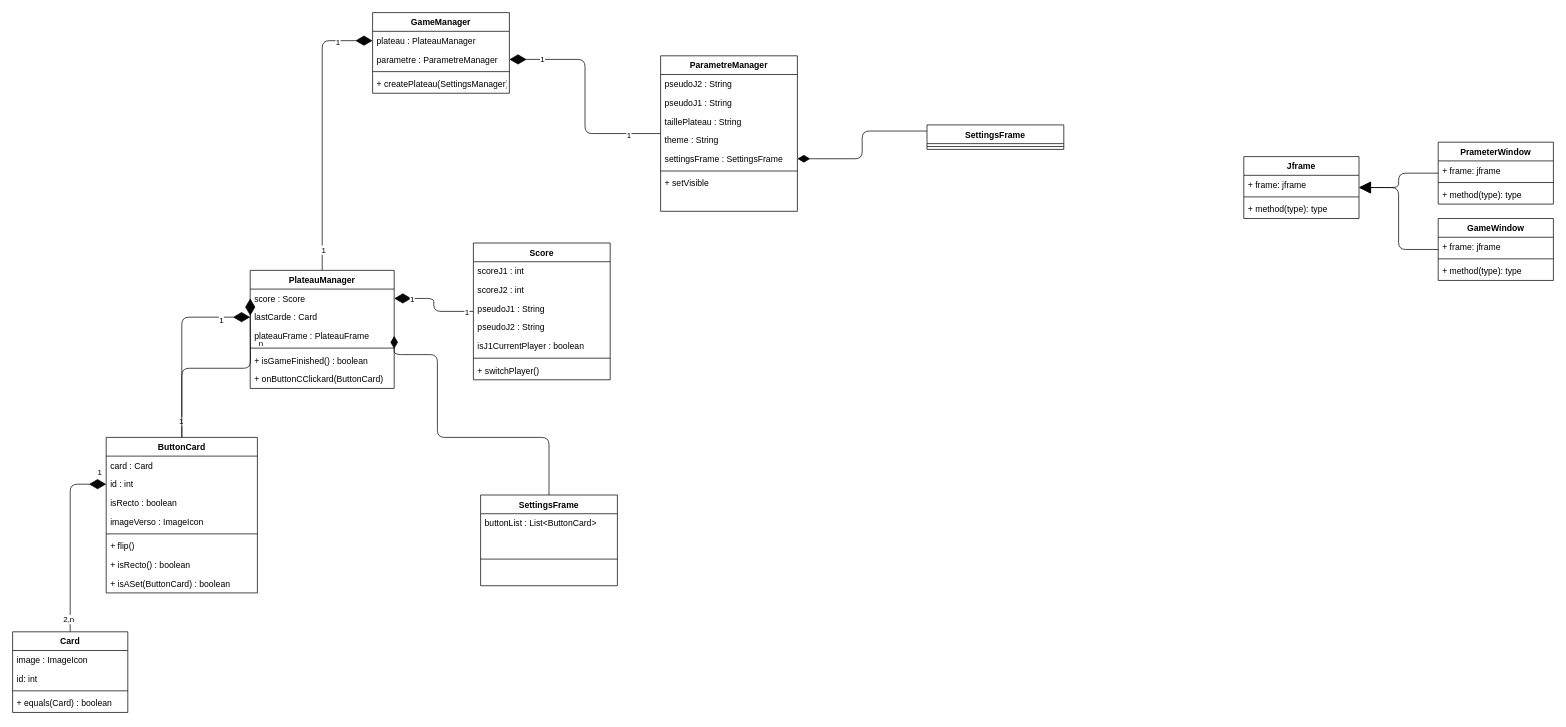
FlorianSoler/Memory keeps this draw.io diagram as Doc/UML/DiagrammeDeClass.drawio. Above is the earlier version. Source tidied: cells renumbered, new cells numbered last; positions are measured from the earlier drawing's top-left corner, leaving out a move shared by most shapes. Both pictures are drawn from the tidied source at 72%, with x=0, y=0 at pixel (12, 12).
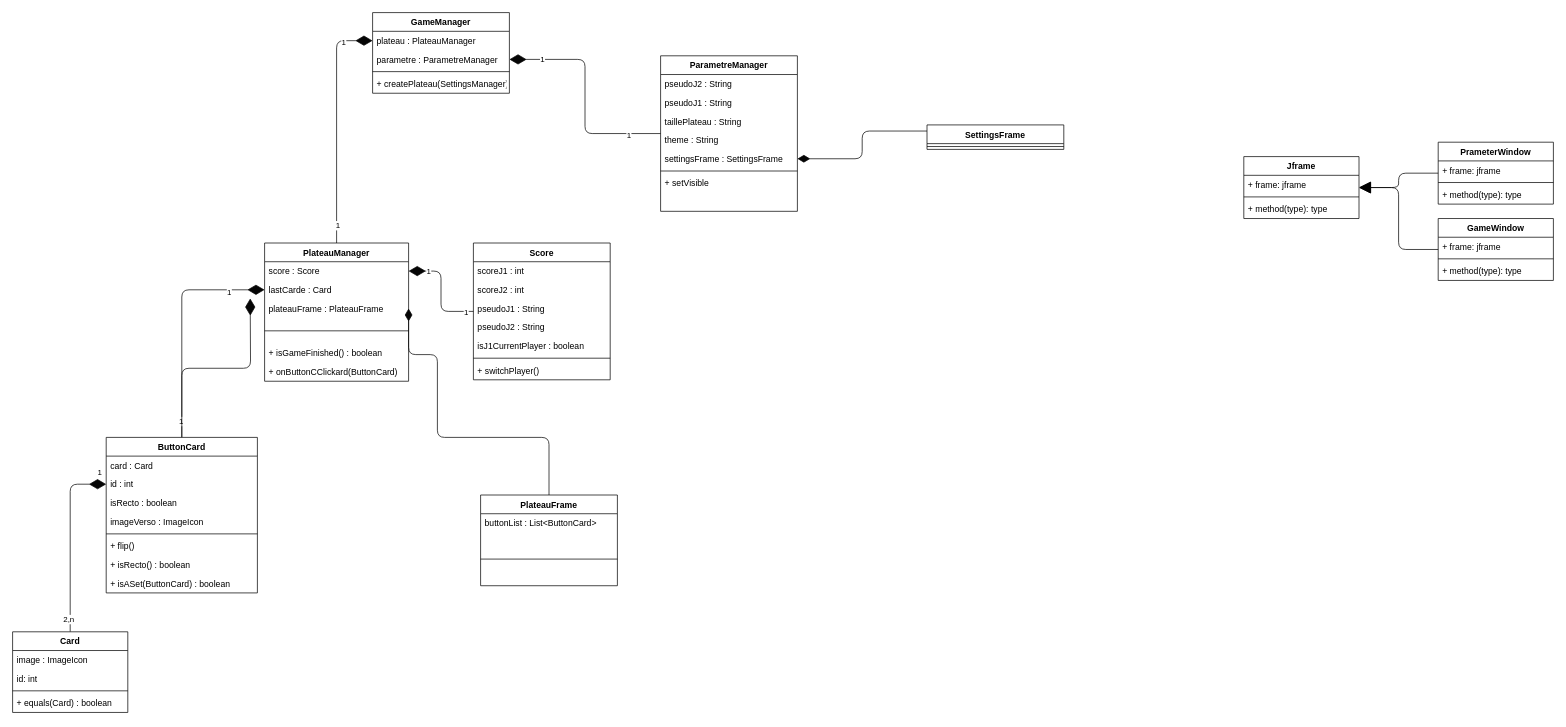
The same diagram, later.

The change refers to these unchanged cells:
```xml
<mxCell id="24" style="edgeStyle=orthogonalEdgeStyle;html=1;entryX=0;entryY=0.5;entryDx=0;entryDy=0;strokeColor=#050505;endArrow=diamondThin;endFill=1;endSize=21;" parent="1" edge="1" source="29">
  <mxGeometry relative="1" as="geometry">
    <mxPoint x="330" y="397" as="targetPoint" />
  </mxGeometry>
</mxCell>
```

The edit, as a diff of the source:
```diff
@@
-    <mxCell id="25" value="n" style="edgeLabel;html=1;align=center;verticalAlign=middle;" parent="24" vertex="1">
-      <mxGeometry x="0.61" y="2" relative="1" as="geometry">
-        <mxPoint x="16" y="5" as="offset" />
-      </mxGeometry>
-    </mxCell>
@@
     <mxCell id="41" value="PlateauManager" style="swimlane;fontStyle=1;align=center;verticalAlign=top;horizontal=1;startSize=26;" parent="1" vertex="1">
-      <mxGeometry x="330" y="358" width="200" height="164" as="geometry" />
+      <mxGeometry x="350" y="320" width="200" height="192" as="geometry" />
     </mxCell>
@@
     <mxCell id="45" style="line;strokeWidth=1;fillColor=none;align=left;verticalAlign=middle;spacingTop=-1;spacingLeft=3;spacingRight=3;labelPosition=right;strokeColor=inherit;" parent="41" vertex="1">
-      <mxGeometry y="104" width="200" height="8" as="geometry" />
+      <mxGeometry y="104" width="200" height="36" as="geometry" />
     </mxCell>
     <mxCell id="46" value="+ isGameFinished() : boolean" style="text;strokeColor=none;fillColor=none;align=left;verticalAlign=top;spacingLeft=4;spacingRight=4;overflow=hidden;" parent="41" vertex="1">
-      <mxGeometry y="112" width="200" height="26" as="geometry" />
+      <mxGeometry y="140" width="200" height="26" as="geometry" />
     </mxCell>
     <mxCell id="47" value="+ onButtonCClickard(ButtonCard) " style="text;strokeColor=none;fillColor=none;align=left;verticalAlign=top;spacingLeft=4;spacingRight=4;overflow=hidden;" parent="41" vertex="1">
-      <mxGeometry y="138" width="200" height="26" as="geometry" />
+      <mxGeometry y="166" width="200" height="26" as="geometry" />
     </mxCell>
@@
-    <mxCell id="80" value="SettingsFrame" style="swimlane;fontStyle=1;align=center;verticalAlign=top;horizontal=1;startSize=26;" parent="1" vertex="1">
+    <mxCell id="80" value="PlateauFrame" style="swimlane;fontStyle=1;align=center;verticalAlign=top;horizontal=1;startSize=26;" parent="1" vertex="1">
       <mxGeometry x="650" y="670" width="190" height="126" as="geometry" />
     </mxCell>
```
